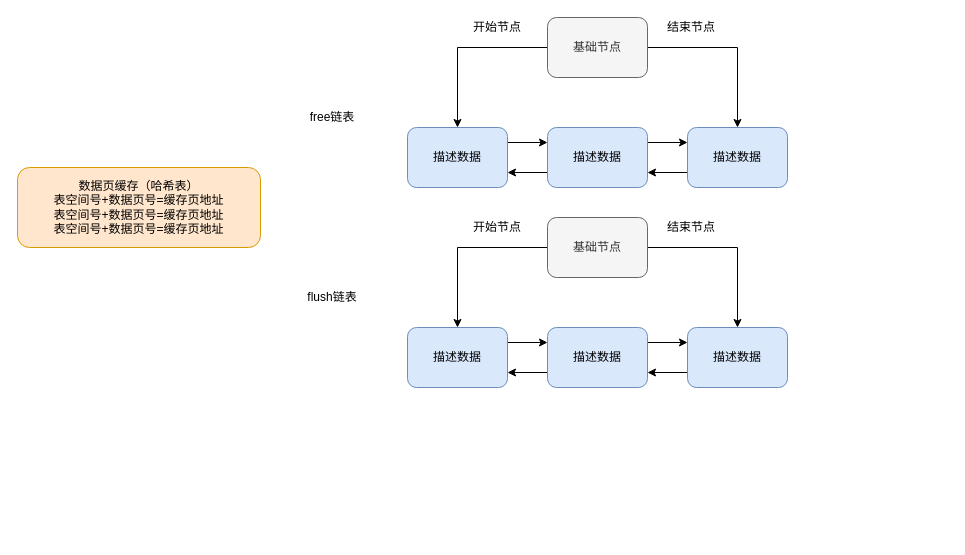
Above: mysql/free链表和flush链表.drawio in erlieStar/diagrams (draw.io), before the change. Source tidied: cells renumbered, new cells numbered last; positions are measured from the earlier drawing's top-left corner, leaving out a move shared by most shapes. Both pictures are drawn from the tidied source at 100%, with x=0, y=0 at pixel (17, 17).
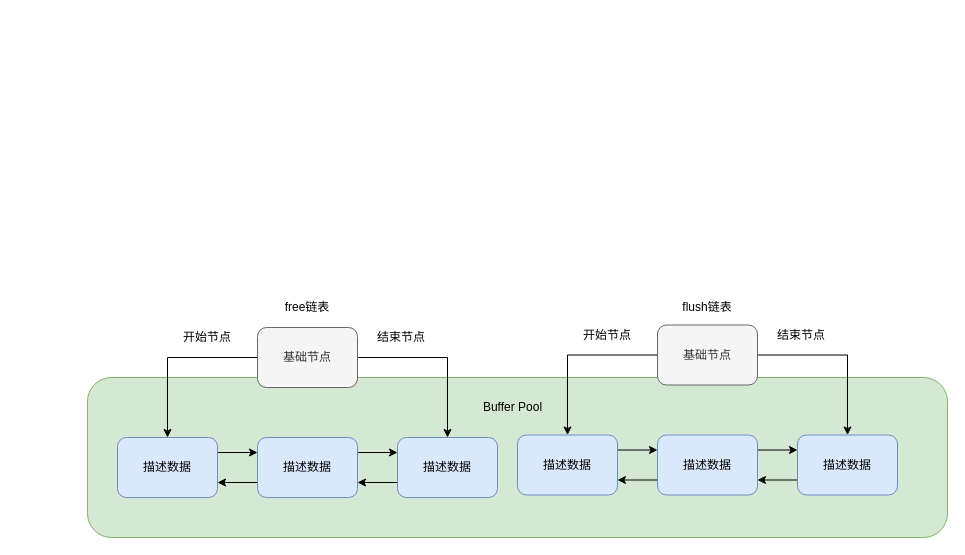
Above is the later version.

Commit message:
Update free链表和flush链表.drawio

The edit, as a diff of the source:
```diff
@@
+    <mxCell id="29" style="rounded=1;whiteSpace=wrap;html=1;fillColor=#d5e8d4;strokeColor=#82b366;" parent="1" vertex="1">
+      <mxGeometry x="70" y="360" width="860" height="160" as="geometry" />
+    </mxCell>
@@
     <mxCell id="3" value="描述数据" style="rounded=1;whiteSpace=wrap;html=1;fillColor=#dae8fc;strokeColor=#6c8ebf;" parent="1" vertex="1">
-      <mxGeometry x="390" y="110" width="100" height="60" as="geometry" />
+      <mxGeometry x="100" y="420" width="100" height="60" as="geometry" />
     </mxCell>
@@
     <mxCell id="6" value="描述数据" style="rounded=1;whiteSpace=wrap;html=1;fillColor=#dae8fc;strokeColor=#6c8ebf;" parent="1" vertex="1">
-      <mxGeometry x="530" y="110" width="100" height="60" as="geometry" />
+      <mxGeometry x="240" y="420" width="100" height="60" as="geometry" />
     </mxCell>
@@
     <mxCell id="8" value="描述数据" style="rounded=1;whiteSpace=wrap;html=1;fillColor=#dae8fc;strokeColor=#6c8ebf;" parent="1" vertex="1">
-      <mxGeometry x="670" y="110" width="100" height="60" as="geometry" />
+      <mxGeometry x="380" y="420" width="100" height="60" as="geometry" />
     </mxCell>
@@
     <mxCell id="11" value="基础节点" style="rounded=1;whiteSpace=wrap;html=1;fillColor=#f5f5f5;strokeColor=#666666;fontColor=#333333;" parent="1" vertex="1">
-      <mxGeometry x="530" width="100" height="60" as="geometry" />
+      <mxGeometry x="240" y="310" width="100" height="60" as="geometry" />
     </mxCell>
     <mxCell id="12" value="开始节点" style="text;html=1;strokeColor=none;fillColor=none;align=center;verticalAlign=middle;whiteSpace=wrap;rounded=0;" parent="1" vertex="1">
-      <mxGeometry x="450" width="60" height="20" as="geometry" />
+      <mxGeometry x="160" y="310" width="60" height="20" as="geometry" />
     </mxCell>
     <mxCell id="13" value="结束节点" style="text;html=1;strokeColor=none;fillColor=none;align=center;verticalAlign=middle;whiteSpace=wrap;rounded=0;" parent="1" vertex="1">
-      <mxGeometry x="644" width="60" height="20" as="geometry" />
+      <mxGeometry x="354" y="310" width="60" height="20" as="geometry" />
     </mxCell>
-    <mxCell id="14" value="free链表" style="text;html=1;strokeColor=none;fillColor=none;align=center;verticalAlign=middle;whiteSpace=wrap;rounded=0;" parent="1" vertex="1">
-      <mxGeometry x="280" y="90" width="70" height="20" as="geometry" />
+    <mxCell id="14" value="flush链表" style="text;html=1;strokeColor=none;fillColor=none;align=center;verticalAlign=middle;whiteSpace=wrap;rounded=0;" parent="1" vertex="1">
+      <mxGeometry x="655" y="280" width="70" height="20" as="geometry" />
     </mxCell>
@@
     <mxCell id="16" value="描述数据" style="rounded=1;whiteSpace=wrap;html=1;fillColor=#dae8fc;strokeColor=#6c8ebf;" parent="1" vertex="1">
-      <mxGeometry x="390" y="310" width="100" height="60" as="geometry" />
+      <mxGeometry x="500" y="417.5" width="100" height="60" as="geometry" />
     </mxCell>
@@
     <mxCell id="19" value="描述数据" style="rounded=1;whiteSpace=wrap;html=1;fillColor=#dae8fc;strokeColor=#6c8ebf;" parent="1" vertex="1">
-      <mxGeometry x="530" y="310" width="100" height="60" as="geometry" />
+      <mxGeometry x="640" y="417.5" width="100" height="60" as="geometry" />
     </mxCell>
@@
     <mxCell id="21" value="描述数据" style="rounded=1;whiteSpace=wrap;html=1;fillColor=#dae8fc;strokeColor=#6c8ebf;" parent="1" vertex="1">
-      <mxGeometry x="670" y="310" width="100" height="60" as="geometry" />
+      <mxGeometry x="780" y="417.5" width="100" height="60" as="geometry" />
     </mxCell>
@@
     <mxCell id="24" value="基础节点" style="rounded=1;whiteSpace=wrap;html=1;fillColor=#f5f5f5;strokeColor=#666666;fontColor=#333333;" parent="1" vertex="1">
-      <mxGeometry x="530" y="200" width="100" height="60" as="geometry" />
+      <mxGeometry x="640" y="307.5" width="100" height="60" as="geometry" />
     </mxCell>
     <mxCell id="25" value="开始节点" style="text;html=1;strokeColor=none;fillColor=none;align=center;verticalAlign=middle;whiteSpace=wrap;rounded=0;" parent="1" vertex="1">
-      <mxGeometry x="450" y="200" width="60" height="20" as="geometry" />
+      <mxGeometry x="560" y="307.5" width="60" height="20" as="geometry" />
     </mxCell>
     <mxCell id="26" value="结束节点" style="text;html=1;strokeColor=none;fillColor=none;align=center;verticalAlign=middle;whiteSpace=wrap;rounded=0;" parent="1" vertex="1">
-      <mxGeometry x="644" y="200" width="60" height="20" as="geometry" />
+      <mxGeometry x="754" y="307.5" width="60" height="20" as="geometry" />
     </mxCell>
-    <mxCell id="27" value="flush链表" style="text;html=1;strokeColor=none;fillColor=none;align=center;verticalAlign=middle;whiteSpace=wrap;rounded=0;" parent="1" vertex="1">
-      <mxGeometry x="280" y="270" width="70" height="20" as="geometry" />
+    <mxCell id="27" value="free链表" style="text;html=1;strokeColor=none;fillColor=none;align=center;verticalAlign=middle;whiteSpace=wrap;rounded=0;" parent="1" vertex="1">
+      <mxGeometry x="255" y="280" width="70" height="20" as="geometry" />
     </mxCell>
-    <mxCell id="28" value="数据页缓存（哈希表）&lt;br&gt;表空间号+数据页号=缓存页地址&lt;br&gt;表空间号+数据页号=缓存页地址&lt;br&gt;表空间号+数据页号=缓存页地址" style="rounded=1;whiteSpace=wrap;html=1;fillColor=#ffe6cc;strokeColor=#d79b00;" parent="1" vertex="1">
-      <mxGeometry y="150" width="243" height="80" as="geometry" />
-    </mxCell>
+    <mxCell id="30" value="Buffer Pool" style="text;html=1;strokeColor=none;fillColor=none;align=center;verticalAlign=middle;whiteSpace=wrap;rounded=0;" parent="1" vertex="1">
+      <mxGeometry x="447.5" y="380" width="95" height="20" as="geometry" />
+    </mxCell>
```
